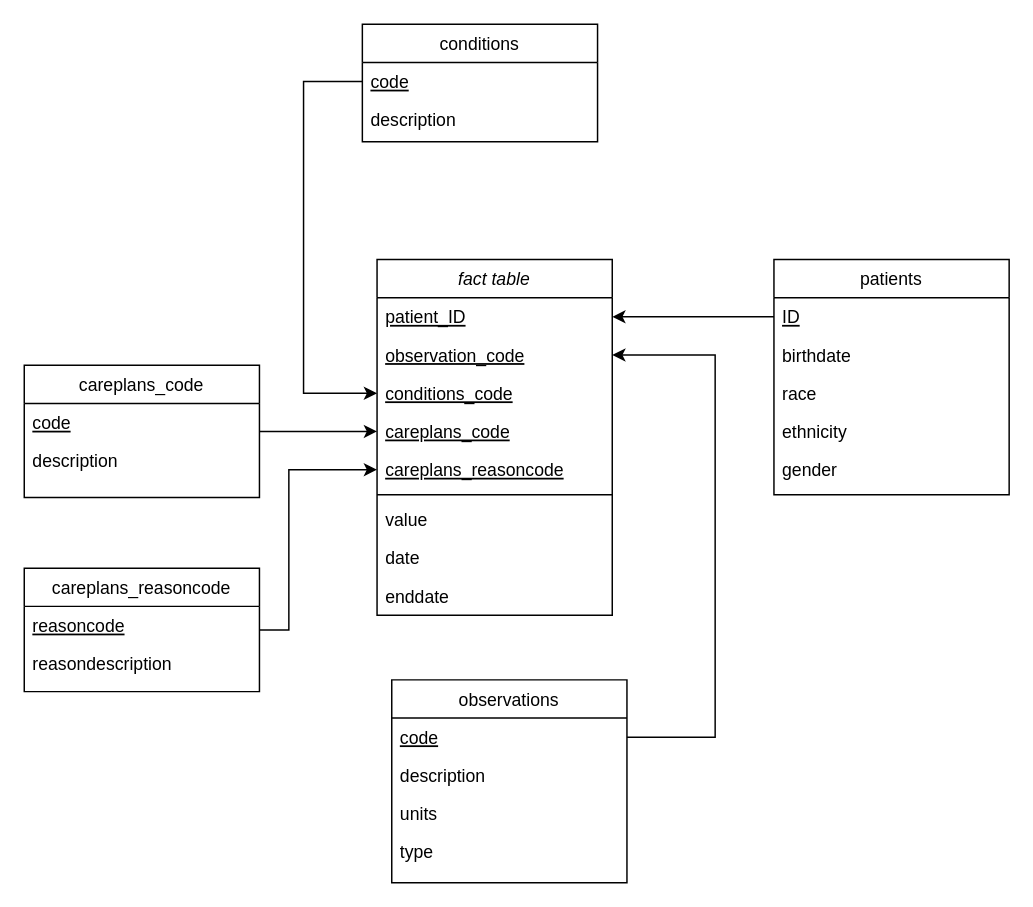
Earlier version of the draw.io diagram images/star_schema.drawio (Fuenfgeld/DMA2022DataProjectC). Source tidied: cells renumbered, new cells numbered last; positions are measured from the earlier drawing's top-left corner, leaving out a move shared by most shapes. Both pictures are drawn from the tidied source at 147%, with x=0, y=0 at pixel (24, 24).
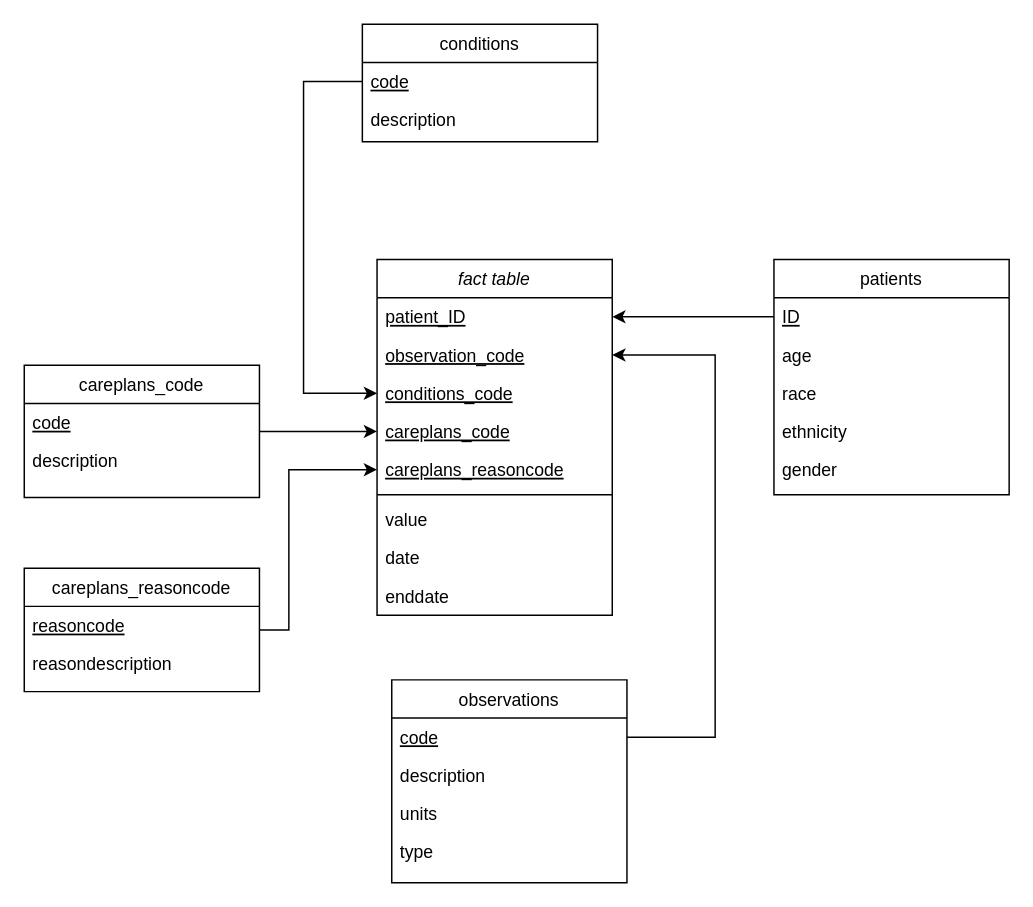
After the change.

Unchanged cells that the change refers to:
```xml
<mxCell id="21" value="patients" style="swimlane;fontStyle=0;align=center;verticalAlign=top;horizontal=1;startSize=26;rounded=0;shadow=0;strokeWidth=1;" parent="1" vertex="1">
  <mxGeometry x="510" y="160" width="160" height="160" as="geometry" />
</mxCell>
```

Change to the diagram source:
```diff
@@
-    <mxCell id="23" value="birthdate" style="text;align=left;verticalAlign=top;spacingLeft=4;spacingRight=4;overflow=hidden;rounded=0;shadow=0;html=0;" parent="21" vertex="1">
+    <mxCell id="23" value="age" style="text;align=left;verticalAlign=top;spacingLeft=4;spacingRight=4;overflow=hidden;rounded=0;shadow=0;html=0;" parent="21" vertex="1">
       <mxGeometry y="52" width="160" height="26" as="geometry" />
     </mxCell>
```
